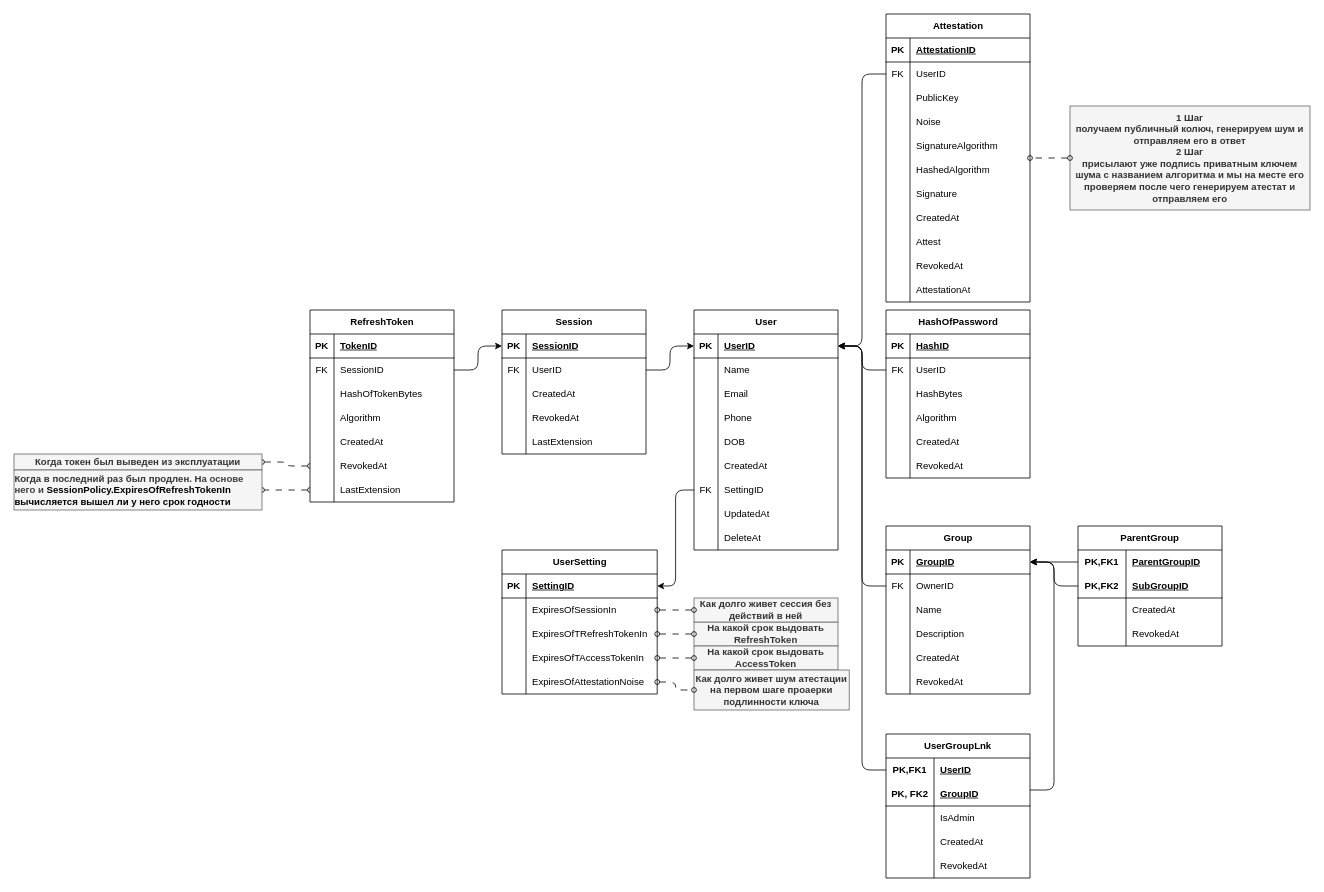
Above: Doc/ER-AuthServer.drawio in Shevchenko-Eduard/SecureEDM (draw.io), before the change. Source tidied: cells renumbered, new cells numbered last; positions are measured from the earlier drawing's top-left corner, leaving out a move shared by most shapes. Both pictures are drawn from the tidied source at 80%, with x=0, y=0 at pixel (14, 14).
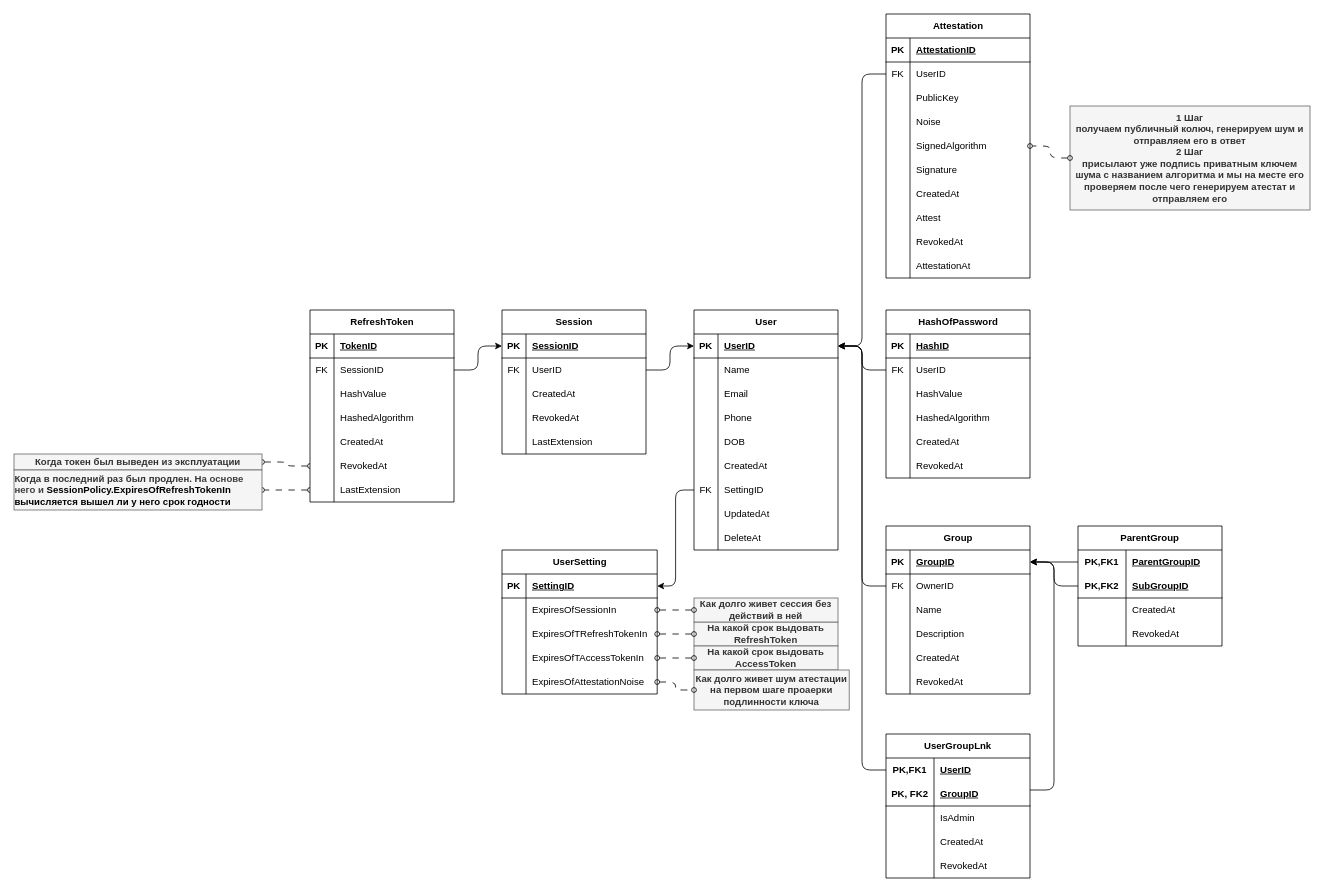
The same diagram, later.

Unchanged cells that the change refers to:
```xml
<mxCell id="37" style="shape=tableRow;horizontal=0;startSize=0;swimlaneHead=0;swimlaneBody=0;fillColor=none;top=0;left=0;right=0;bottom=0;" parent="30" vertex="1">
  <mxGeometry y="90" width="180" height="30" as="geometry" />
</mxCell>
<mxCell id="40" style="shape=tableRow;horizontal=0;startSize=0;swimlaneHead=0;swimlaneBody=0;fillColor=none;top=0;left=0;right=0;bottom=0;" parent="30" vertex="1">
  <mxGeometry y="120" width="180" height="30" as="geometry" />
</mxCell>
<mxCell id="76" style="shape=tableRow;horizontal=0;startSize=0;swimlaneHead=0;swimlaneBody=0;fillColor=none;top=0;left=0;right=0;bottom=0;" parent="69" vertex="1">
  <mxGeometry y="90" width="180" height="30" as="geometry" />
</mxCell>
<mxCell id="79" style="shape=tableRow;horizontal=0;startSize=0;swimlaneHead=0;swimlaneBody=0;fillColor=none;top=0;left=0;right=0;bottom=0;" parent="69" vertex="1">
  <mxGeometry y="120" width="180" height="30" as="geometry" />
</mxCell>
<mxCell id="183" style="shape=tableRow;horizontal=0;startSize=0;swimlaneHead=0;swimlaneBody=0;fillColor=none;top=0;left=0;right=0;bottom=0;" parent="170" vertex="1">
  <mxGeometry y="150" width="180" height="30" as="geometry" />
</mxCell>
```

What changed in the source:
```diff
@@
-    <mxCell id="39" value="HashBytes" style="shape=partialRectangle;fillColor=none;top=0;left=0;bottom=0;right=0;align=left;spacingLeft=6;overflow=hidden;whiteSpace=wrap;html=1;" parent="37" vertex="1">
+    <mxCell id="39" value="HashValue" style="shape=partialRectangle;fillColor=none;top=0;left=0;bottom=0;right=0;align=left;spacingLeft=6;overflow=hidden;whiteSpace=wrap;html=1;" parent="37" vertex="1">
       <mxGeometry x="30" width="150" height="30" as="geometry" />
     </mxCell>
@@
-    <mxCell id="42" value="Algorithm" style="shape=partialRectangle;fillColor=none;top=0;left=0;bottom=0;right=0;align=left;spacingLeft=6;overflow=hidden;whiteSpace=wrap;html=1;" parent="40" vertex="1">
+    <mxCell id="42" value="HashedAlgorithm" style="shape=partialRectangle;fillColor=none;top=0;left=0;bottom=0;right=0;align=left;spacingLeft=6;overflow=hidden;whiteSpace=wrap;html=1;" parent="40" vertex="1">
       <mxGeometry x="30" width="150" height="30" as="geometry" />
     </mxCell>
@@
-    <mxCell id="78" value="HashOfTokenBytes" style="shape=partialRectangle;fillColor=none;top=0;left=0;bottom=0;right=0;align=left;spacingLeft=6;overflow=hidden;whiteSpace=wrap;html=1;" parent="76" vertex="1">
+    <mxCell id="78" value="HashValue" style="shape=partialRectangle;fillColor=none;top=0;left=0;bottom=0;right=0;align=left;spacingLeft=6;overflow=hidden;whiteSpace=wrap;html=1;" parent="76" vertex="1">
       <mxGeometry x="30" width="150" height="30" as="geometry" />
     </mxCell>
@@
-    <mxCell id="81" value="Algorithm" style="shape=partialRectangle;fillColor=none;top=0;left=0;bottom=0;right=0;align=left;spacingLeft=6;overflow=hidden;whiteSpace=wrap;html=1;" parent="79" vertex="1">
+    <mxCell id="81" value="HashedAlgorithm" style="shape=partialRectangle;fillColor=none;top=0;left=0;bottom=0;right=0;align=left;spacingLeft=6;overflow=hidden;whiteSpace=wrap;html=1;" parent="79" vertex="1">
       <mxGeometry x="30" width="150" height="30" as="geometry" />
     </mxCell>
@@
     <mxCell id="170" value="Attestation" style="shape=table;startSize=30;childLayout=tableLayout;rowLines=0;fontStyle=1;align=center;html=1;swimlaneFillColor=default;" parent="1" vertex="1">
-      <mxGeometry x="1090" width="180" height="360" as="geometry" />
+      <mxGeometry x="1090" width="180" height="330" as="geometry" />
     </mxCell>
@@
-    <mxCell id="185" value="SignatureAlgorithm" style="shape=partialRectangle;fillColor=none;top=0;left=0;bottom=0;right=0;align=left;spacingLeft=6;overflow=hidden;whiteSpace=wrap;html=1;" parent="183" vertex="1">
+    <mxCell id="185" value="SignedAlgorithm" style="shape=partialRectangle;fillColor=none;top=0;left=0;bottom=0;right=0;align=left;spacingLeft=6;overflow=hidden;whiteSpace=wrap;html=1;" parent="183" vertex="1">
       <mxGeometry x="30" width="150" height="30" as="geometry" />
     </mxCell>
-    <mxCell id="186" style="shape=tableRow;horizontal=0;startSize=0;swimlaneHead=0;swimlaneBody=0;fillColor=none;top=0;left=0;right=0;bottom=0;" parent="170" vertex="1">
-      <mxGeometry y="180" width="180" height="30" as="geometry" />
-    </mxCell>
-    <mxCell id="187" style="shape=partialRectangle;fillColor=none;top=0;left=0;bottom=0;right=0;overflow=hidden;whiteSpace=wrap;html=1;" parent="186" vertex="1">
-      <mxGeometry width="30" height="30" as="geometry" />
-    </mxCell>
-    <mxCell id="188" value="HashedAlgorithm" style="shape=partialRectangle;fillColor=none;top=0;left=0;bottom=0;right=0;align=left;spacingLeft=6;overflow=hidden;whiteSpace=wrap;html=1;" parent="186" vertex="1">
-      <mxGeometry x="30" width="150" height="30" as="geometry" />
-    </mxCell>
     <mxCell id="189" style="shape=tableRow;horizontal=0;startSize=0;swimlaneHead=0;swimlaneBody=0;fillColor=none;top=0;left=0;right=0;bottom=0;" parent="170" vertex="1">
-      <mxGeometry y="210" width="180" height="30" as="geometry" />
+      <mxGeometry y="180" width="180" height="30" as="geometry" />
     </mxCell>
@@
     <mxCell id="192" style="shape=tableRow;horizontal=0;startSize=0;swimlaneHead=0;swimlaneBody=0;fillColor=none;top=0;left=0;right=0;bottom=0;" parent="170" vertex="1">
-      <mxGeometry y="240" width="180" height="30" as="geometry" />
+      <mxGeometry y="210" width="180" height="30" as="geometry" />
     </mxCell>
@@
     <mxCell id="195" style="shape=tableRow;horizontal=0;startSize=0;swimlaneHead=0;swimlaneBody=0;fillColor=none;top=0;left=0;right=0;bottom=0;" parent="170" vertex="1">
-      <mxGeometry y="270" width="180" height="30" as="geometry" />
+      <mxGeometry y="240" width="180" height="30" as="geometry" />
     </mxCell>
@@
     <mxCell id="198" style="shape=tableRow;horizontal=0;startSize=0;swimlaneHead=0;swimlaneBody=0;fillColor=none;top=0;left=0;right=0;bottom=0;" parent="170" vertex="1">
-      <mxGeometry y="300" width="180" height="30" as="geometry" />
+      <mxGeometry y="270" width="180" height="30" as="geometry" />
     </mxCell>
@@
     <mxCell id="201" style="shape=tableRow;horizontal=0;startSize=0;swimlaneHead=0;swimlaneBody=0;fillColor=none;top=0;left=0;right=0;bottom=0;" parent="170" vertex="1">
-      <mxGeometry y="330" width="180" height="30" as="geometry" />
+      <mxGeometry y="300" width="180" height="30" as="geometry" />
     </mxCell>
```
